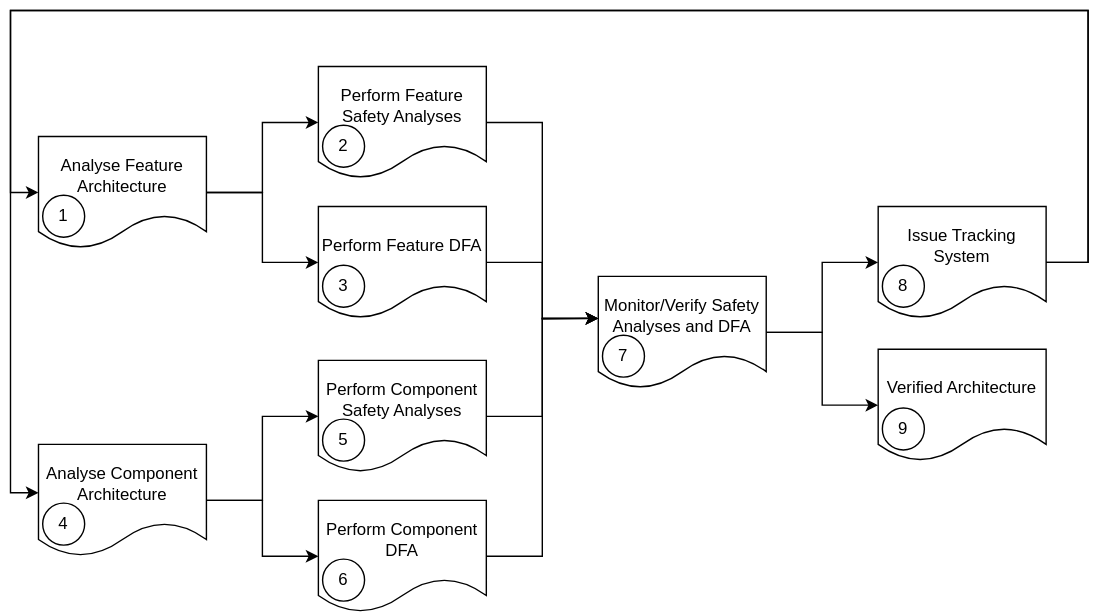
Earlier version of the draw.io export pr-902/_images/safety_analysis_workflow.drawio.svg (umaucher/score). Source tidied: cells renumbered, new cells last; positions are measured from the earlier drawing's top-left corner, leaving out a move shared by most shapes.
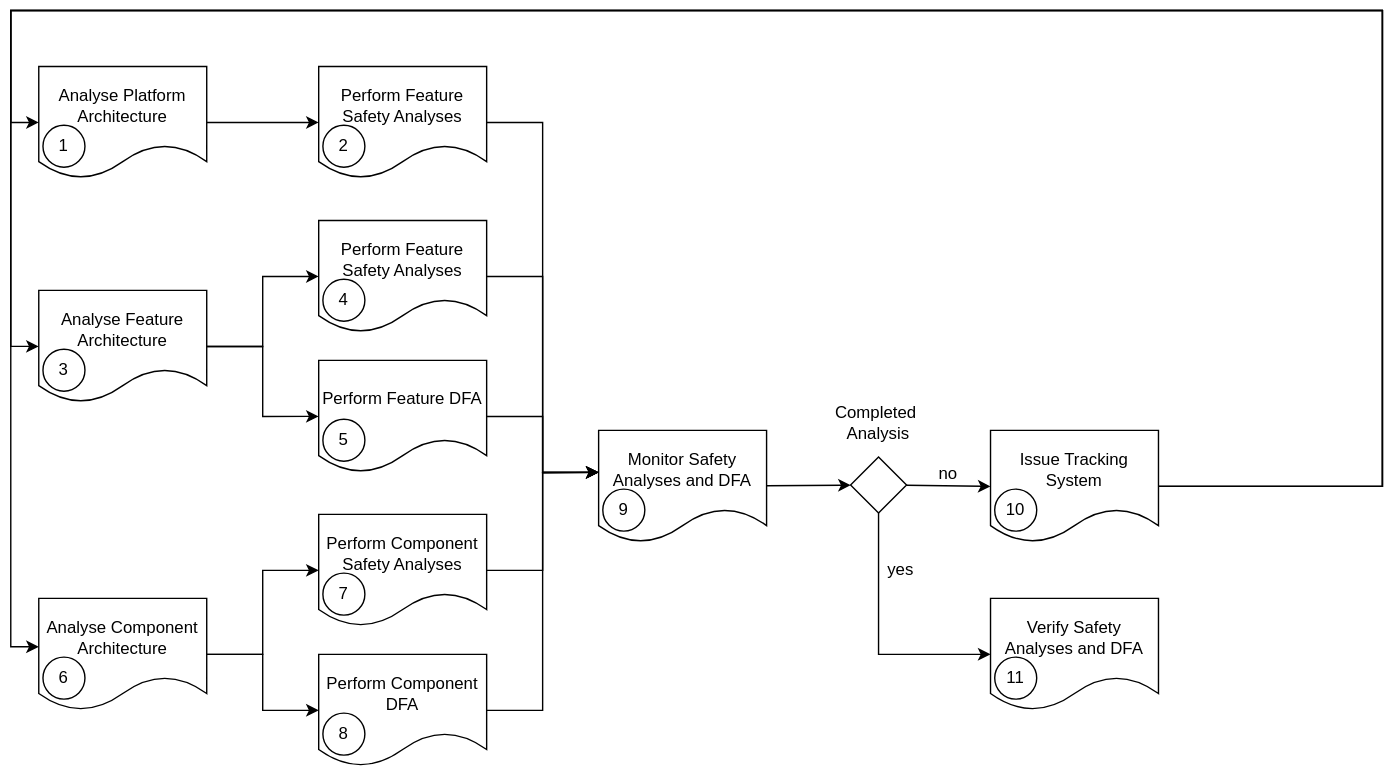
After the change.

What changed in the source:
```diff
@@ -11,7 +11,7 @@
     <mxCell id="4" value="Analyse Feature Architecture" style="shape=document;whiteSpace=wrap;html=1;boundedLbl=1;" parent="1" vertex="1">
       <mxGeometry x="20" y="90" width="120" height="80" as="geometry" />
     </mxCell>
-    <mxCell id="5" value="1" style="ellipse;whiteSpace=wrap;html=1;" parent="1" vertex="1">
+    <mxCell id="5" value="3" style="ellipse;whiteSpace=wrap;html=1;" parent="1" vertex="1">
       <mxGeometry x="23" y="132" width="30" height="30" as="geometry" />
     </mxCell>
     <mxCell id="6" style="edgeStyle=orthogonalEdgeStyle;rounded=0;jettySize=auto;html=1;entryX=0;entryY=0.5;entryDx=0;entryDy=0;" parent="1" edge="1" source="8" target="18">
@@ -23,43 +23,40 @@
     <mxCell id="8" value="Analyse Component Architecture" style="shape=document;whiteSpace=wrap;html=1;boundedLbl=1;" parent="1" vertex="1">
       <mxGeometry x="20" y="310" width="120" height="80" as="geometry" />
     </mxCell>
-    <mxCell id="9" value="4" style="ellipse;whiteSpace=wrap;html=1;" parent="1" vertex="1">
+    <mxCell id="9" value="6" style="ellipse;whiteSpace=wrap;html=1;" parent="1" vertex="1">
       <mxGeometry x="23" y="352" width="30" height="30" as="geometry" />
     </mxCell>
-    <mxCell id="10" style="edgeStyle=orthogonalEdgeStyle;rounded=0;jettySize=auto;html=1;entryX=0;entryY=0.5;entryDx=0;entryDy=0;" parent="1" edge="1" source="12" target="27">
-      <mxGeometry relative="1" as="geometry" />
-    </mxCell>
-    <mxCell id="11" style="edgeStyle=orthogonalEdgeStyle;rounded=0;jettySize=auto;html=1;entryX=0;entryY=0.5;entryDx=0;entryDy=0;" parent="1" edge="1" source="12" target="29">
-      <mxGeometry relative="1" as="geometry" />
-    </mxCell>
+    <mxCell id="32" style="edgeStyle=none;html=1;" parent="1" edge="1" source="12" target="44">
+      <mxGeometry relative="1" as="geometry" />
+    </mxCell>
-    <mxCell id="12" value="Monitor/Verify Safety Analyses and DFA" style="shape=document;whiteSpace=wrap;html=1;boundedLbl=1;" parent="1" vertex="1">
+    <mxCell id="12" value="Monitor Safety Analyses and DFA" style="shape=document;whiteSpace=wrap;html=1;boundedLbl=1;" parent="1" vertex="1">
       <mxGeometry x="420" y="190" width="120" height="80" as="geometry" />
     </mxCell>
-    <mxCell id="13" value="7" style="ellipse;whiteSpace=wrap;html=1;" parent="1" vertex="1">
+    <mxCell id="13" value="9" style="ellipse;whiteSpace=wrap;html=1;" parent="1" vertex="1">
       <mxGeometry x="423" y="232" width="30" height="30" as="geometry" />
     </mxCell>
     <mxCell id="14" value="Perform Feature Safety Analyses" style="shape=document;whiteSpace=wrap;html=1;boundedLbl=1;" parent="1" vertex="1">
       <mxGeometry x="220" y="40" width="120" height="80" as="geometry" />
     </mxCell>
-    <mxCell id="15" value="2" style="ellipse;whiteSpace=wrap;html=1;" parent="1" vertex="1">
+    <mxCell id="15" value="4" style="ellipse;whiteSpace=wrap;html=1;" parent="1" vertex="1">
       <mxGeometry x="223" y="82" width="30" height="30" as="geometry" />
     </mxCell>
     <mxCell id="16" value="Perform Feature DFA" style="shape=document;whiteSpace=wrap;html=1;boundedLbl=1;" parent="1" vertex="1">
       <mxGeometry x="220" y="140" width="120" height="80" as="geometry" />
     </mxCell>
-    <mxCell id="17" value="3" style="ellipse;whiteSpace=wrap;html=1;" parent="1" vertex="1">
+    <mxCell id="17" value="5" style="ellipse;whiteSpace=wrap;html=1;" parent="1" vertex="1">
       <mxGeometry x="223" y="182" width="30" height="30" as="geometry" />
     </mxCell>
     <mxCell id="18" value="Perform Component Safety Analyses" style="shape=document;whiteSpace=wrap;html=1;boundedLbl=1;" parent="1" vertex="1">
       <mxGeometry x="220" y="250" width="120" height="80" as="geometry" />
     </mxCell>
-    <mxCell id="19" value="5" style="ellipse;whiteSpace=wrap;html=1;" parent="1" vertex="1">
+    <mxCell id="19" value="7" style="ellipse;whiteSpace=wrap;html=1;" parent="1" vertex="1">
       <mxGeometry x="223" y="292" width="30" height="30" as="geometry" />
     </mxCell>
     <mxCell id="20" value="Perform Component DFA" style="shape=document;whiteSpace=wrap;html=1;boundedLbl=1;" parent="1" vertex="1">
       <mxGeometry x="220" y="350" width="120" height="80" as="geometry" />
     </mxCell>
-    <mxCell id="21" value="6" style="ellipse;whiteSpace=wrap;html=1;" parent="1" vertex="1">
+    <mxCell id="21" value="8" style="ellipse;whiteSpace=wrap;html=1;" parent="1" vertex="1">
       <mxGeometry x="223" y="392" width="30" height="30" as="geometry" />
     </mxCell>
     <mxCell id="22" style="edgeStyle=orthogonalEdgeStyle;rounded=0;jettySize=auto;html=1;" parent="1" edge="1" source="14">
@@ -88,37 +85,96 @@
         </Array>
       </mxGeometry>
     </mxCell>
-    <mxCell id="26" style="edgeStyle=orthogonalEdgeStyle;rounded=0;jettySize=auto;html=1;entryX=0;entryY=0.5;entryDx=0;entryDy=0;" parent="1" edge="1" source="27" target="4">
+    <mxCell id="26" style="edgeStyle=none;html=1;entryX=0;entryY=0.5;entryDx=0;entryDy=0;exitX=1;exitY=0.5;exitDx=0;exitDy=0;rounded=0;curved=0;" parent="1" edge="1" source="27" target="4">
       <mxGeometry relative="1" as="geometry">
         <Array as="points">
-          <mxPoint x="770" y="180" />
-          <mxPoint x="770" />
-          <mxPoint />
+          <mxPoint x="980" y="230" />
+          <mxPoint x="980" y="70" />
+          <mxPoint x="980" y="-110" />
+          <mxPoint x="380" y="-110" />
+          <mxPoint y="-110" />
           <mxPoint y="130" />
         </Array>
       </mxGeometry>
     </mxCell>
+    <mxCell id="33" style="edgeStyle=none;html=1;entryX=0;entryY=0.5;entryDx=0;entryDy=0;exitX=1;exitY=0.5;exitDx=0;exitDy=0;rounded=0;curved=0;" parent="1" edge="1" source="27" target="35">
+      <mxGeometry relative="1" as="geometry">
+        <Array as="points">
+          <mxPoint x="980" y="230" />
+          <mxPoint x="980" y="70" />
+          <mxPoint x="980" y="-110" />
+          <mxPoint y="-110" />
+          <mxPoint y="-30" />
+        </Array>
+      </mxGeometry>
+    </mxCell>
     <mxCell id="27" value="Issue Tracking System" style="shape=document;whiteSpace=wrap;html=1;boundedLbl=1;" parent="1" vertex="1">
-      <mxGeometry x="620" y="140" width="120" height="80" as="geometry" />
+      <mxGeometry x="700" y="190" width="120" height="80" as="geometry" />
     </mxCell>
-    <mxCell id="28" value="8" style="ellipse;whiteSpace=wrap;html=1;" parent="1" vertex="1">
-      <mxGeometry x="623" y="182" width="30" height="30" as="geometry" />
+    <mxCell id="28" value="10" style="ellipse;whiteSpace=wrap;html=1;" parent="1" vertex="1">
+      <mxGeometry x="703" y="232" width="30" height="30" as="geometry" />
     </mxCell>
-    <mxCell id="29" value="Verified Architecture" style="shape=document;whiteSpace=wrap;html=1;boundedLbl=1;" parent="1" vertex="1">
-      <mxGeometry x="620" y="242" width="120" height="80" as="geometry" />
-    </mxCell>
-    <mxCell id="30" value="9" style="ellipse;whiteSpace=wrap;html=1;" parent="1" vertex="1">
-      <mxGeometry x="623" y="284" width="30" height="30" as="geometry" />
-    </mxCell>
-    <mxCell id="31" style="edgeStyle=orthogonalEdgeStyle;rounded=0;jettySize=auto;html=1;entryX=0;entryY=0.433;entryDx=0;entryDy=0;entryPerimeter=0;" parent="1" edge="1" source="27" target="8">
+    <mxCell id="31" style="edgeStyle=orthogonalEdgeStyle;rounded=0;jettySize=auto;html=1;entryX=0;entryY=0.433;entryDx=0;entryDy=0;entryPerimeter=0;exitX=1;exitY=0.5;exitDx=0;exitDy=0;strokeWidth=1;" parent="1" edge="1" source="27" target="8">
       <mxGeometry relative="1" as="geometry">
         <Array as="points">
-          <mxPoint x="770" y="180" />
-          <mxPoint x="770" />
-          <mxPoint />
+          <mxPoint x="980" y="230" />
+          <mxPoint x="980" y="-110" />
+          <mxPoint y="-110" />
           <mxPoint y="345" />
         </Array>
       </mxGeometry>
     </mxCell>
+    <mxCell id="34" style="edgeStyle=none;html=1;entryX=0;entryY=0.5;entryDx=0;entryDy=0;" parent="1" edge="1" source="35" target="38">
+      <mxGeometry relative="1" as="geometry" />
+    </mxCell>
+    <mxCell id="35" value="Analyse Platform Architecture" style="shape=document;whiteSpace=wrap;html=1;boundedLbl=1;" parent="1" vertex="1">
+      <mxGeometry x="20" y="-70" width="120" height="80" as="geometry" />
+    </mxCell>
+    <mxCell id="36" value="1" style="ellipse;whiteSpace=wrap;html=1;" parent="1" vertex="1">
+      <mxGeometry x="23" y="-28" width="30" height="30" as="geometry" />
+    </mxCell>
+    <mxCell id="37" style="edgeStyle=none;html=1;exitX=1;exitY=0.5;exitDx=0;exitDy=0;rounded=0;curved=0;" parent="1" edge="1" source="38">
+      <mxGeometry relative="1" as="geometry">
+        <mxPoint x="420" y="220" as="targetPoint" />
+        <Array as="points">
+          <mxPoint x="380" y="-30" />
+          <mxPoint x="380" y="220" />
+        </Array>
+      </mxGeometry>
+    </mxCell>
+    <mxCell id="38" value="Perform Feature Safety Analyses" style="shape=document;whiteSpace=wrap;html=1;boundedLbl=1;" parent="1" vertex="1">
+      <mxGeometry x="220" y="-70" width="120" height="80" as="geometry" />
+    </mxCell>
+    <mxCell id="39" value="2" style="ellipse;whiteSpace=wrap;html=1;" parent="1" vertex="1">
+      <mxGeometry x="223" y="-28" width="30" height="30" as="geometry" />
+    </mxCell>
+    <mxCell id="40" value="Verify Safety Analyses and DFA" style="shape=document;whiteSpace=wrap;html=1;boundedLbl=1;" parent="1" vertex="1">
+      <mxGeometry x="700" y="310" width="120" height="80" as="geometry" />
+    </mxCell>
+    <mxCell id="41" value="11" style="ellipse;whiteSpace=wrap;html=1;" parent="1" vertex="1">
+      <mxGeometry x="703" y="352" width="30" height="30" as="geometry" />
+    </mxCell>
+    <mxCell id="42" style="edgeStyle=none;html=1;entryX=0;entryY=0.5;entryDx=0;entryDy=0;" parent="1" edge="1" source="44" target="27">
+      <mxGeometry relative="1" as="geometry" />
+    </mxCell>
+    <mxCell id="43" style="edgeStyle=none;html=1;entryX=0;entryY=0.5;entryDx=0;entryDy=0;rounded=0;curved=0;" parent="1" edge="1" source="44" target="40">
+      <mxGeometry relative="1" as="geometry">
+        <Array as="points">
+          <mxPoint x="620" y="350" />
+        </Array>
+      </mxGeometry>
+    </mxCell>
+    <mxCell id="44" style="rhombus;whiteSpace=wrap;html=1;" parent="1" vertex="1">
+      <mxGeometry x="600" y="209" width="40" height="40" as="geometry" />
+    </mxCell>
+    <mxCell id="45" value="no" style="text;html=1;align=center;verticalAlign=middle;whiteSpace=wrap;rounded=0;" parent="1" vertex="1">
+      <mxGeometry x="640" y="206" width="60" height="30" as="geometry" />
+    </mxCell>
+    <mxCell id="46" value="yes" style="text;html=1;align=center;verticalAlign=middle;whiteSpace=wrap;rounded=0;" parent="1" vertex="1">
+      <mxGeometry x="606" y="275" width="60" height="30" as="geometry" />
+    </mxCell>
+    <mxCell id="47" value="Completed&amp;nbsp; Analysis" style="text;html=1;align=center;verticalAlign=middle;whiteSpace=wrap;rounded=0;" parent="1" vertex="1">
+      <mxGeometry x="590" y="170" width="60" height="30" as="geometry" />
+    </mxCell>
   </root>
 </mxGraphModel>
```
